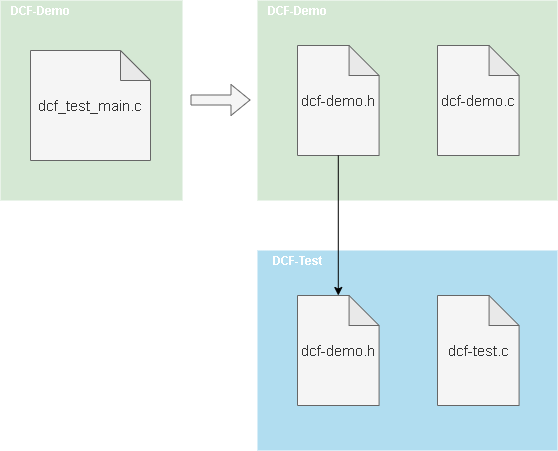
Before: imgs/Figure1.png, a diagram exported from draw.io (lamber1123/DCFTest). Source tidied: cells renumbered, new cells last; positions are measured from the earlier drawing's top-left corner, leaving out a move shared by most shapes.
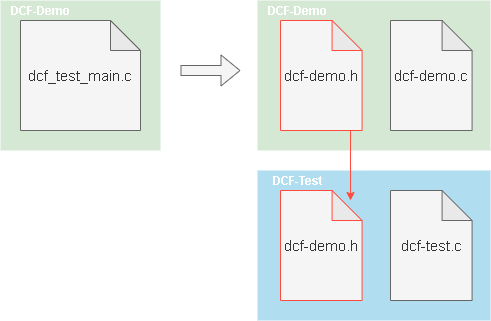
The same diagram one commit later.

The edit, as a diff of the source:
```diff
@@ -2,56 +2,52 @@
   <root>
     <mxCell id="0" />
     <mxCell id="1" parent="0" />
-    <mxCell id="2" style="group;" parent="1" vertex="1">
-      <mxGeometry width="182" height="200" as="geometry" />
-    </mxCell>
+    <mxCell id="12" style="group;fillColor=#b1ddf0;strokeColor=none;" parent="1" vertex="1">
+      <mxGeometry x="257" y="250" width="233" height="150" as="geometry" />
+    </mxCell>
+    <mxCell id="16" style="shape=flexArrow;endArrow=classic;html=1;strokeColor=#666666;fillColor=#f5f5f5;" parent="1" edge="1">
+      <mxGeometry relative="1" as="geometry">
+        <mxPoint x="180" y="150" as="sourcePoint" />
+        <mxPoint x="240" y="150" as="targetPoint" />
+      </mxGeometry>
+    </mxCell>
-    <mxCell id="3" style="rounded=0;whiteSpace=wrap;html=1;fillColor=#d5e8d4;strokeColor=none;" parent="2" vertex="1">
-      <mxGeometry width="182" height="200" as="geometry" />
+    <mxCell id="3" style="rounded=0;whiteSpace=wrap;html=1;fillColor=#d5e8d4;strokeColor=none;" parent="1" vertex="1">
+      <mxGeometry y="80" width="160" height="150" as="geometry" />
     </mxCell>
-    <mxCell id="4" value="&lt;b&gt;&lt;font color=&quot;#ffffff&quot;&gt;DCF-Demo&lt;/font&gt;&lt;/b&gt;" style="text;html=1;align=center;verticalAlign=middle;" parent="2" vertex="1">
-      <mxGeometry width="80" height="20" as="geometry" />
+    <mxCell id="4" value="&lt;b&gt;&lt;font color=&quot;#ffffff&quot;&gt;DCF-Demo&lt;/font&gt;&lt;/b&gt;" style="text;html=1;align=center;verticalAlign=middle;" parent="1" vertex="1">
+      <mxGeometry y="80" width="80" height="20" as="geometry" />
     </mxCell>
-    <mxCell id="5" value="&lt;font style=&quot;font-size: 15px&quot;&gt;dcf_test_main.c&lt;/font&gt;" style="shape=note;whiteSpace=wrap;html=1;backgroundOutline=1;darkOpacity=0.05;fillColor=#f5f5f5;strokeColor=#666666;fontColor=#333333;" parent="2" vertex="1">
-      <mxGeometry x="30" y="50" width="120" height="110" as="geometry" />
+    <mxCell id="5" value="&lt;font style=&quot;font-size: 15px&quot;&gt;dcf_test_main.c&lt;/font&gt;" style="shape=note;whiteSpace=wrap;html=1;backgroundOutline=1;darkOpacity=0.05;fillColor=#f5f5f5;strokeColor=#666666;fontColor=#333333;" parent="1" vertex="1">
+      <mxGeometry x="20" y="100" width="120" height="110" as="geometry" />
     </mxCell>
-    <mxCell id="6" style="edgeStyle=orthogonalEdgeStyle;rounded=0;orthogonalLoop=1;jettySize=auto;html=1;exitX=0.5;exitY=1;exitDx=0;exitDy=0;strokeColor=#000000;" parent="2" edge="1" source="3" target="3">
+    <mxCell id="6" style="edgeStyle=orthogonalEdgeStyle;rounded=0;orthogonalLoop=1;jettySize=auto;html=1;exitX=0.5;exitY=1;exitDx=0;exitDy=0;strokeColor=#000000;" parent="1" edge="1" source="3" target="3">
       <mxGeometry relative="1" as="geometry" />
     </mxCell>
-    <mxCell id="7" style="group;" parent="1" vertex="1">
-      <mxGeometry x="257" width="300" height="200" as="geometry" />
-    </mxCell>
-    <mxCell id="8" style="rounded=0;whiteSpace=wrap;html=1;fillColor=#d5e8d4;strokeColor=none;" parent="7" vertex="1">
-      <mxGeometry width="300" height="200" as="geometry" />
+    <mxCell id="8" style="rounded=0;whiteSpace=wrap;html=1;fillColor=#d5e8d4;strokeColor=none;" parent="1" vertex="1">
+      <mxGeometry x="257" y="80" width="233" height="150" as="geometry" />
     </mxCell>
-    <mxCell id="9" value="&lt;b&gt;&lt;font color=&quot;#ffffff&quot;&gt;DCF-Demo&lt;/font&gt;&lt;/b&gt;" style="text;html=1;align=center;verticalAlign=middle;" parent="7" vertex="1">
-      <mxGeometry width="80" height="20" as="geometry" />
+    <mxCell id="9" value="&lt;b&gt;&lt;font color=&quot;#ffffff&quot;&gt;DCF-Demo&lt;/font&gt;&lt;/b&gt;" style="text;html=1;align=center;verticalAlign=middle;" parent="1" vertex="1">
+      <mxGeometry x="257" y="80" width="80" height="20" as="geometry" />
     </mxCell>
-    <mxCell id="10" value="&lt;font style=&quot;font-size: 15px&quot;&gt;dcf-demo.h&lt;/font&gt;" style="shape=note;whiteSpace=wrap;html=1;backgroundOutline=1;darkOpacity=0.05;fillColor=#f5f5f5;strokeColor=#666666;fontColor=#333333;" parent="7" vertex="1">
-      <mxGeometry x="40" y="45" width="81.6" height="110" as="geometry" />
+    <mxCell id="10" value="&lt;font style=&quot;font-size: 15px&quot;&gt;dcf-demo.h&lt;/font&gt;" style="shape=note;whiteSpace=wrap;html=1;backgroundOutline=1;darkOpacity=0.05;fillColor=#f5f5f5;strokeColor=#FF4A3D;fontColor=#333333;" parent="1" vertex="1">
+      <mxGeometry x="280" y="100" width="81.6" height="110" as="geometry" />
     </mxCell>
-    <mxCell id="11" value="&lt;font style=&quot;font-size: 15px&quot;&gt;dcf-demo.c&lt;/font&gt;" style="shape=note;whiteSpace=wrap;html=1;backgroundOutline=1;darkOpacity=0.05;fillColor=#f5f5f5;strokeColor=#666666;fontColor=#333333;" parent="7" vertex="1">
-      <mxGeometry x="180" y="45" width="81.6" height="110" as="geometry" />
+    <mxCell id="11" value="&lt;font style=&quot;font-size: 15px&quot;&gt;dcf-demo.c&lt;/font&gt;" style="shape=note;whiteSpace=wrap;html=1;backgroundOutline=1;darkOpacity=0.05;fillColor=#f5f5f5;strokeColor=#666666;fontColor=#333333;" parent="1" vertex="1">
+      <mxGeometry x="390" y="100" width="81.6" height="110" as="geometry" />
     </mxCell>
-    <mxCell id="12" style="group;fillColor=#b1ddf0;strokeColor=none;" parent="1" vertex="1">
-      <mxGeometry x="257" y="250" width="300" height="200" as="geometry" />
-    </mxCell>
-    <mxCell id="13" value="&lt;b&gt;&lt;font color=&quot;#ffffff&quot;&gt;DCF-Test&lt;/font&gt;&lt;/b&gt;" style="text;html=1;align=center;verticalAlign=middle;" parent="12" vertex="1">
-      <mxGeometry x="5" width="70" height="20" as="geometry" />
+    <mxCell id="13" value="&lt;b&gt;&lt;font color=&quot;#ffffff&quot;&gt;DCF-Test&lt;/font&gt;&lt;/b&gt;" style="text;html=1;align=center;verticalAlign=middle;" parent="1" vertex="1">
+      <mxGeometry x="262" y="250" width="70" height="20" as="geometry" />
     </mxCell>
-    <mxCell id="14" value="&lt;font style=&quot;font-size: 15px&quot;&gt;dcf-demo.h&lt;/font&gt;" style="shape=note;whiteSpace=wrap;html=1;backgroundOutline=1;darkOpacity=0.05;fillColor=#f5f5f5;strokeColor=#666666;fontColor=#333333;" parent="12" vertex="1">
-      <mxGeometry x="40" y="45" width="81.6" height="110" as="geometry" />
+    <mxCell id="14" value="&lt;font style=&quot;font-size: 15px&quot;&gt;dcf-demo.h&lt;/font&gt;" style="shape=note;whiteSpace=wrap;html=1;backgroundOutline=1;darkOpacity=0.05;fillColor=#f5f5f5;strokeColor=#FF4A3D;fontColor=#333333;" parent="1" vertex="1">
+      <mxGeometry x="280" y="270" width="81.6" height="110" as="geometry" />
     </mxCell>
-    <mxCell id="15" value="&lt;font style=&quot;font-size: 15px&quot;&gt;dcf-test.c&lt;/font&gt;" style="shape=note;whiteSpace=wrap;html=1;backgroundOutline=1;darkOpacity=0.05;fillColor=#f5f5f5;strokeColor=#666666;fontColor=#333333;" parent="12" vertex="1">
-      <mxGeometry x="180" y="45" width="81.6" height="110" as="geometry" />
+    <mxCell id="15" value="&lt;font style=&quot;font-size: 15px&quot;&gt;dcf-test.c&lt;/font&gt;" style="shape=note;whiteSpace=wrap;html=1;backgroundOutline=1;darkOpacity=0.05;fillColor=#f5f5f5;strokeColor=#666666;fontColor=#333333;" parent="1" vertex="1">
+      <mxGeometry x="390" y="270" width="81.6" height="110" as="geometry" />
     </mxCell>
-    <mxCell id="16" style="shape=flexArrow;endArrow=classic;html=1;strokeColor=#666666;fillColor=#f5f5f5;" parent="1" edge="1">
-      <mxGeometry relative="1" as="geometry">
-        <mxPoint x="190" y="99.5" as="sourcePoint" />
-        <mxPoint x="250" y="99.5" as="targetPoint" />
-      </mxGeometry>
-    </mxCell>
-    <mxCell id="17" style="edgeStyle=orthogonalEdgeStyle;rounded=0;jettySize=auto;html=1;exitX=0.5;exitY=1;exitDx=0;exitDy=0;exitPerimeter=0;entryX=0.5;entryY=0;entryDx=0;entryDy=0;entryPerimeter=0;strokeColor=#000000;" parent="1" edge="1" source="10" target="14">
-      <mxGeometry relative="1" as="geometry" />
-    </mxCell>
+    <mxCell id="18" style="endArrow=classic;html=1;exitX=0.858;exitY=1;exitDx=0;exitDy=0;exitPerimeter=0;strokeColor=#FF4A3D;" parent="1" edge="1" source="10">
+      <mxGeometry relative="1" as="geometry">
+        <mxPoint x="350" y="280" as="targetPoint" />
+      </mxGeometry>
+    </mxCell>
   </root>
 </mxGraphModel>
```
